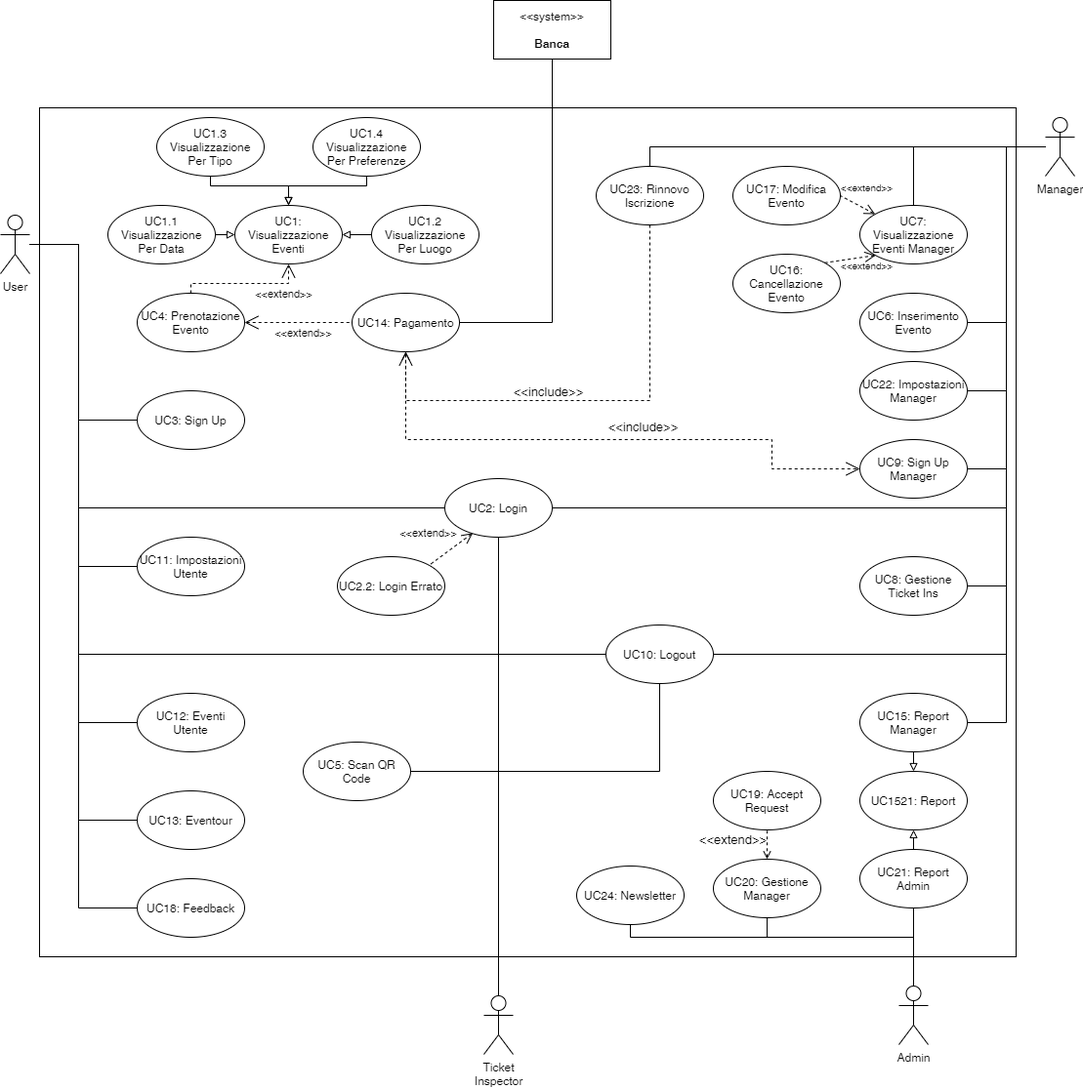
The draw.io diagram DOCUMENTAZIONE/modelli/iterazione3/UseCases - iterazione2.drawio.png in ScarpelliniStefano/EvenTOUR, before a commit. Source tidied: cells renumbered, new cells last; positions are measured from the earlier drawing's top-left corner, leaving out a move shared by most shapes.
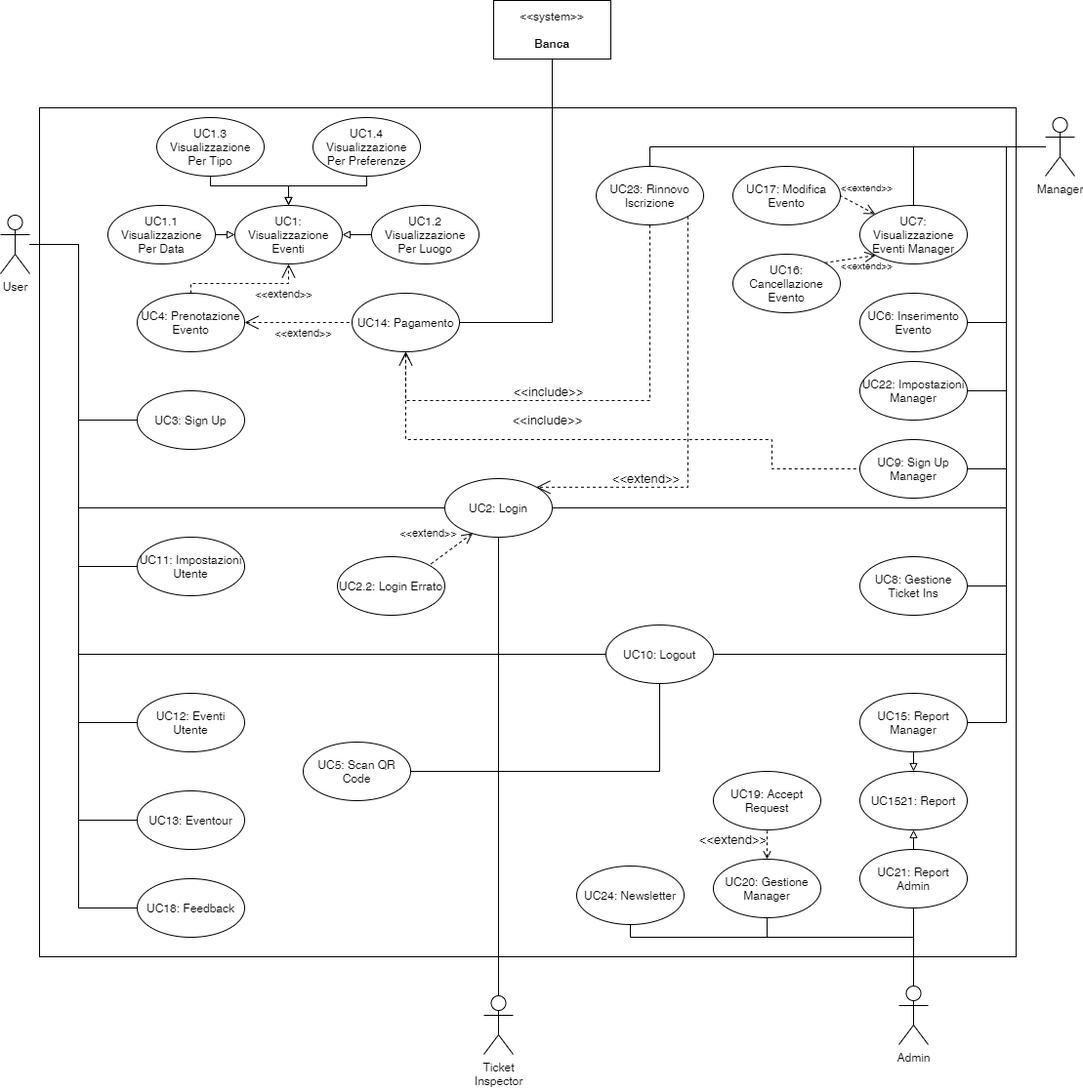
The same diagram one commit later.

The edit, as a diff of the source:
```diff
@@ -338,11 +338,23 @@
         <mxPoint x="-101" y="-13" as="offset" />
       </mxGeometry>
     </mxCell>
+    <mxCell id="77" style="edgeStyle=orthogonalEdgeStyle;rounded=0;jettySize=auto;html=1;exitX=1;exitY=1;exitDx=0;exitDy=0;entryX=1;entryY=0;entryDx=0;entryDy=0;fontSize=13;startArrow=none;startFill=0;endArrow=open;endFill=0;endSize=12;strokeColor=default;dashed=1;" parent="1" edge="1" source="73" target="50">
+      <mxGeometry relative="1" as="geometry">
+        <Array as="points">
+          <mxPoint x="704" y="499" />
+        </Array>
+      </mxGeometry>
+    </mxCell>
+    <mxCell id="78" value="&amp;lt;&amp;lt;extend&amp;gt;&amp;gt;" style="edgeLabel;html=1;align=center;verticalAlign=middle;fontSize=13;" parent="77" vertex="1">
+      <mxGeometry x="0.48" y="-3" relative="1" as="geometry">
+        <mxPoint y="-6" as="offset" />
+      </mxGeometry>
+    </mxCell>
     <mxCell id="73" value="UC23: Rinnovo&lt;br&gt;Iscrizione" style="ellipse;whiteSpace=wrap;html=1;" parent="1" vertex="1">
       <mxGeometry x="610" y="170" width="110" height="60" as="geometry" />
     </mxCell>
-    <mxCell id="74" value="&amp;lt;&amp;lt;include&amp;gt;&amp;gt;" style="edgeStyle=orthogonalEdgeStyle;html=1;startArrow=open;endArrow=open;startSize=6;verticalAlign=bottom;dashed=1;labelBackgroundColor=none;strokeWidth=1;fontSize=13;exitX=0.5;exitY=1;exitDx=0;exitDy=0;entryX=0;entryY=0.5;entryDx=0;entryDy=0;rounded=0;endSize=12;endFill=0;" parent="1" edge="1" source="17" target="42">
-      <mxGeometry x="0.14" y="3" relative="1" as="geometry">
+    <mxCell id="74" value="&amp;lt;&amp;lt;include&amp;gt;&amp;gt;" style="edgeStyle=orthogonalEdgeStyle;html=1;startArrow=open;endArrow=none;startSize=6;verticalAlign=bottom;dashed=1;labelBackgroundColor=none;strokeWidth=1;fontSize=13;exitX=0.5;exitY=1;exitDx=0;exitDy=0;entryX=0;entryY=0.5;entryDx=0;entryDy=0;rounded=0;endSize=12;endFill=0;startFill=0;" parent="1" edge="1" source="17" target="42">
+      <mxGeometry x="-0.2" y="10" relative="1" as="geometry">
         <Array as="points">
           <mxPoint x="415" y="450" />
           <mxPoint x="790" y="450" />
```
